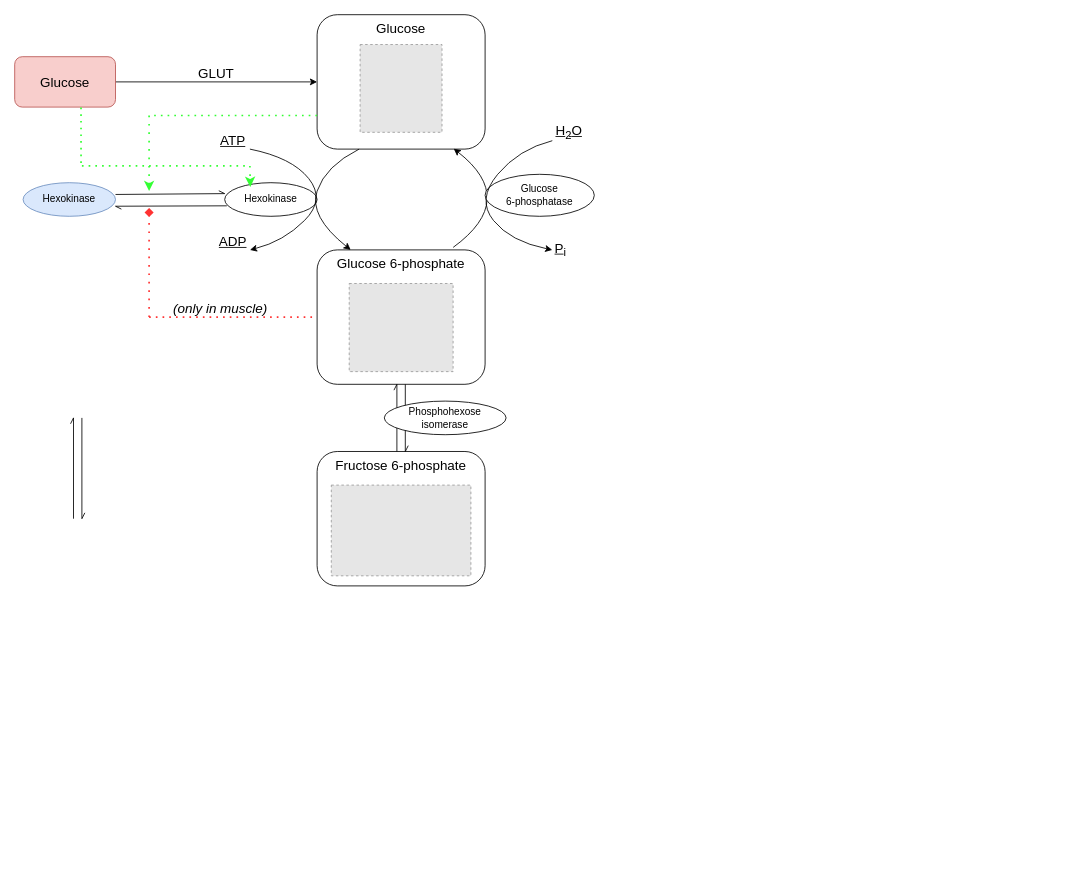
Before: Untitled Diagram.drawio in Youyanke/Biochemistry-Pathway, a draw.io diagram. Source tidied: cells renumbered, new cells numbered last; positions are measured from the earlier drawing's top-left corner, leaving out a move shared by most shapes. Both pictures are drawn from the tidied source at 84%, with x=0, y=0 at pixel (14, 14). Pictures stored in the file or linked from it are replaced by grey dashed boxes.
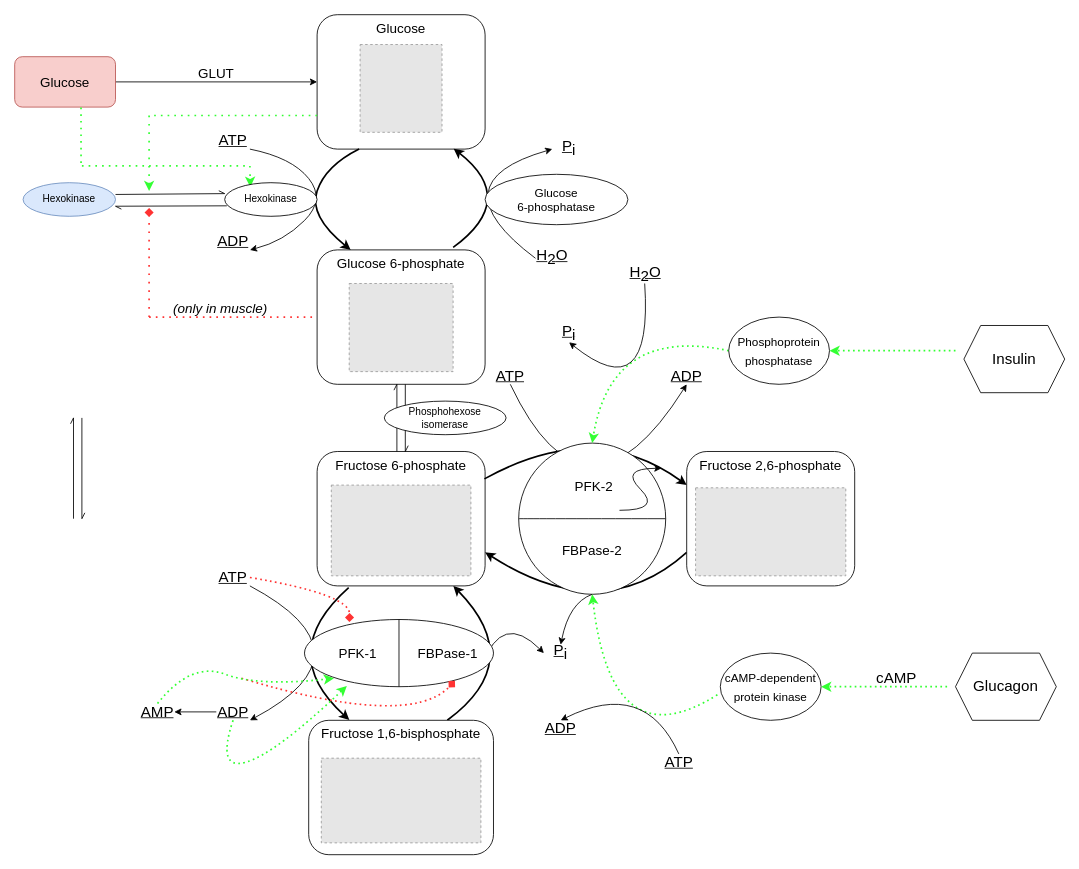
The same diagram, later.

Unchanged cells that the change refers to:
```xml
<mxCell id="2" value="Glucose" style="rounded=1;whiteSpace=wrap;html=1;verticalAlign=top;fontSize=16;" parent="1" vertex="1">
  <mxGeometry x="360" width="200" height="160" as="geometry" />
</mxCell>
<mxCell id="28" value="Fructose 6-phosphate" style="rounded=1;whiteSpace=wrap;html=1;verticalAlign=top;fontSize=16;" parent="1" vertex="1">
  <mxGeometry x="360" y="520" width="200" height="160" as="geometry" />
</mxCell>
```

What changed in the source:
```diff
@@
+    <mxCell id="41" style="curved=1;endArrow=classic;html=1;strokeColor=#000000;strokeWidth=1;fontSize=16;exitX=0.5;exitY=1;exitDx=0;exitDy=0;" parent="1" edge="1" source="65">
+      <mxGeometry x="820" y="480" as="geometry">
+        <mxPoint x="800" y="440" as="targetPoint" />
+        <Array as="points">
+          <mxPoint x="680" y="630" />
+        </Array>
+      </mxGeometry>
+    </mxCell>
+    <mxCell id="42" style="curved=1;endArrow=classic;html=1;strokeColor=#000000;strokeWidth=1;fontSize=16;" parent="1" edge="1">
+      <mxGeometry x="440" y="780" as="geometry">
+        <mxPoint x="280" y="680" as="sourcePoint" />
+        <mxPoint x="280" y="840" as="targetPoint" />
+        <Array as="points">
+          <mxPoint x="430" y="760" />
+        </Array>
+      </mxGeometry>
+    </mxCell>
+    <mxCell id="43" style="curved=1;endArrow=classic;html=1;strokeWidth=1;fontSize=18;exitX=0.94;exitY=0.681;exitDx=0;exitDy=0;exitPerimeter=0;entryX=0;entryY=0.5;entryDx=0;entryDy=0;" parent="1" edge="1" source="50" target="58">
+      <mxGeometry relative="1" as="geometry">
+        <Array as="points">
+          <mxPoint x="580" y="710" />
+        </Array>
+      </mxGeometry>
+    </mxCell>
@@
-    <mxCell id="3" value="Hexokinase" style="ellipse;whiteSpace=wrap;html=1;" parent="1" vertex="1">
-      <mxGeometry x="250" y="200" width="110" height="40" as="geometry" />
-    </mxCell>
@@
-    <mxCell id="5" style="curved=1;endArrow=classic;html=1;fontSize=16;exitX=0.25;exitY=1;exitDx=0;exitDy=0;" parent="1" edge="1" source="2">
+    <mxCell id="5" style="curved=1;endArrow=classic;html=1;fontSize=16;exitX=0.25;exitY=1;exitDx=0;exitDy=0;strokeWidth=2;" parent="1" edge="1" source="2">
       <mxGeometry relative="1" as="geometry">
         <mxPoint x="400" y="280" as="targetPoint" />
         <Array as="points">
           <mxPoint x="370" y="180" />
           <mxPoint x="350" y="240" />
         </Array>
       </mxGeometry>
     </mxCell>
-    <mxCell id="6" style="curved=1;endArrow=classic;html=1;fontSize=16;entryX=0.813;entryY=0.997;entryDx=0;entryDy=0;entryPerimeter=0;" parent="1" edge="1" target="2">
+    <mxCell id="6" style="curved=1;endArrow=classic;html=1;fontSize=16;entryX=0.813;entryY=0.997;entryDx=0;entryDy=0;entryPerimeter=0;strokeWidth=2;" parent="1" edge="1" target="2">
       <mxGeometry relative="1" as="geometry">
         <mxPoint x="522" y="277" as="sourcePoint" />
         <Array as="points">
           <mxPoint x="600" y="220" />
         </Array>
       </mxGeometry>
     </mxCell>
@@
-    <mxCell id="8" value="ATP" style="text;html=1;strokeColor=none;fillColor=none;align=center;verticalAlign=middle;whiteSpace=wrap;rounded=0;fontSize=16;fontStyle=4;" parent="1" vertex="1">
+    <mxCell id="8" value="&lt;font style=&quot;font-size: 18px;&quot;&gt;ATP&lt;/font&gt;" style="text;html=1;strokeColor=none;fillColor=none;align=center;verticalAlign=middle;whiteSpace=wrap;rounded=0;fontSize=18;fontStyle=4;" parent="1" vertex="1">
       <mxGeometry x="240" y="140" width="40" height="20" as="geometry" />
     </mxCell>
-    <mxCell id="9" value="ADP" style="text;html=1;strokeColor=none;fillColor=none;align=center;verticalAlign=middle;whiteSpace=wrap;rounded=0;fontSize=16;fontStyle=4;" parent="1" vertex="1">
+    <mxCell id="9" value="&lt;font style=&quot;font-size: 18px&quot;&gt;ADP&lt;/font&gt;" style="text;html=1;strokeColor=none;fillColor=none;align=center;verticalAlign=middle;whiteSpace=wrap;rounded=0;fontSize=16;fontStyle=4;" parent="1" vertex="1">
       <mxGeometry x="240" y="260" width="40" height="20" as="geometry" />
     </mxCell>
@@
-    <mxCell id="14" value="Glucose&lt;br&gt;6-phosphatase" style="ellipse;whiteSpace=wrap;html=1;" parent="1" vertex="1">
-      <mxGeometry x="560" y="190" width="130" height="50" as="geometry" />
-    </mxCell>
-    <mxCell id="15" style="curved=1;endArrow=classic;html=1;fontSize=16;" parent="1" edge="1">
+    <mxCell id="15" style="curved=1;endArrow=classic;html=1;fontSize=16;entryX=0;entryY=0.5;entryDx=0;entryDy=0;exitX=0;exitY=0.5;exitDx=0;exitDy=0;" parent="1" edge="1" source="16" target="17">
       <mxGeometry relative="1" as="geometry">
-        <mxPoint x="640" y="150" as="sourcePoint" />
-        <mxPoint x="640" y="280" as="targetPoint" />
         <Array as="points">
-          <mxPoint x="600" y="160" />
-          <mxPoint x="550" y="220" />
-          <mxPoint x="590" y="270" />
+          <mxPoint x="500" y="200" />
         </Array>
       </mxGeometry>
     </mxCell>
-    <mxCell id="16" value="H&lt;sub&gt;2&lt;/sub&gt;O" style="text;html=1;strokeColor=none;fillColor=none;align=center;verticalAlign=middle;whiteSpace=wrap;rounded=0;fontSize=16;fontStyle=4;" parent="1" vertex="1">
-      <mxGeometry x="640" y="130" width="40" height="20" as="geometry" />
+    <mxCell id="16" value="H&lt;sub style=&quot;font-size: 18px;&quot;&gt;2&lt;/sub&gt;O" style="text;html=1;strokeColor=none;fillColor=none;align=center;verticalAlign=middle;whiteSpace=wrap;rounded=0;fontSize=18;fontStyle=4;" parent="1" vertex="1">
+      <mxGeometry x="620" y="280" width="40" height="20" as="geometry" />
     </mxCell>
-    <mxCell id="17" value="P&lt;sub&gt;i&lt;/sub&gt;" style="text;html=1;strokeColor=none;fillColor=none;align=center;verticalAlign=middle;whiteSpace=wrap;rounded=0;fontSize=16;fontStyle=4;" parent="1" vertex="1">
-      <mxGeometry x="630" y="270" width="40" height="20" as="geometry" />
+    <mxCell id="17" value="P&lt;sub style=&quot;font-size: 18px;&quot;&gt;i&lt;/sub&gt;" style="text;html=1;strokeColor=none;fillColor=none;align=center;verticalAlign=middle;whiteSpace=wrap;rounded=0;fontSize=18;fontStyle=4;" parent="1" vertex="1">
+      <mxGeometry x="640" y="150" width="40" height="20" as="geometry" />
     </mxCell>
@@
+    <mxCell id="44" style="curved=1;endArrow=classic;html=1;fontSize=16;entryX=0.813;entryY=0.997;entryDx=0;entryDy=0;entryPerimeter=0;exitX=0.75;exitY=0;exitDx=0;exitDy=0;strokeWidth=2;" parent="1" edge="1" source="46">
+      <mxGeometry relative="1" as="geometry">
+        <mxPoint x="522.2" y="680" as="targetPoint" />
+        <Array as="points">
+          <mxPoint x="610" y="770" />
+        </Array>
+      </mxGeometry>
+    </mxCell>
+    <mxCell id="45" style="group;" parent="1" vertex="1">
+      <mxGeometry x="350" y="840" width="220" height="160" as="geometry" />
+    </mxCell>
+    <mxCell id="46" value="&lt;font style=&quot;font-size: 16px&quot;&gt;Fructose 1,6-bisphosphate&lt;/font&gt;" style="rounded=1;whiteSpace=wrap;html=1;verticalAlign=top;" parent="45" vertex="1">
+      <mxGeometry width="220" height="160" as="geometry" />
+    </mxCell>
+    <mxCell id="47" style="fillColor=#E6E6E6;strokeColor=#999999;dashed=1;verticalLabelPosition=bottom;verticalAlign=top;fontSize=16;" parent="45" vertex="1">
+      <mxGeometry x="15" y="45.1" width="190" height="100.8" as="geometry" />
+    </mxCell>
+    <mxCell id="48" style="curved=1;endArrow=classic;html=1;fontSize=16;entryX=0.22;entryY=-0.003;entryDx=0;entryDy=0;entryPerimeter=0;exitX=0.188;exitY=1.013;exitDx=0;exitDy=0;exitPerimeter=0;strokeWidth=2;" parent="1" edge="1" source="28" target="46">
+      <mxGeometry relative="1" as="geometry">
+        <Array as="points">
+          <mxPoint x="310" y="760" />
+        </Array>
+      </mxGeometry>
+    </mxCell>
+    <mxCell id="49" style="group;" parent="1" vertex="1">
+      <mxGeometry x="345" y="720" width="225" height="80" as="geometry" />
+    </mxCell>
+    <mxCell id="50" value="&amp;nbsp; &amp;nbsp; &amp;nbsp;PFK-1&amp;nbsp; &amp;nbsp; &amp;nbsp; &amp;nbsp; &amp;nbsp; &amp;nbsp;FBPase-1" style="ellipse;whiteSpace=wrap;html=1;fontSize=16;" parent="49" vertex="1">
+      <mxGeometry width="225" height="80" as="geometry" />
+    </mxCell>
+    <mxCell id="51" style="endArrow=none;html=1;strokeColor=#000000;strokeWidth=1;fontSize=16;entryX=0.5;entryY=0;entryDx=0;entryDy=0;exitX=0.5;exitY=1;exitDx=0;exitDy=0;" parent="49" edge="1" source="50" target="50">
+      <mxGeometry relative="1" as="geometry" />
+    </mxCell>
+    <mxCell id="52" style="edgeStyle=none;rounded=0;jettySize=auto;html=1;exitX=0;exitY=0.5;exitDx=0;exitDy=0;startArrow=none;startFill=0;endArrow=classic;endFill=1;strokeColor=#000000;strokeWidth=1;fontSize=18;" parent="1" edge="1" source="67">
+      <mxGeometry relative="1" as="geometry">
+        <mxPoint x="190" y="830" as="targetPoint" />
+      </mxGeometry>
+    </mxCell>
+    <mxCell id="53" style="edgeStyle=none;jettySize=auto;html=1;exitX=0.5;exitY=1;exitDx=0;exitDy=0;dashed=1;dashPattern=1 2;startArrow=none;startFill=0;endArrow=classic;endFill=1;strokeColor=#33FF33;strokeWidth=2;fontSize=18;curved=1;entryX=0.224;entryY=0.988;entryDx=0;entryDy=0;entryPerimeter=0;" parent="1" edge="1" source="67" target="50">
+      <mxGeometry relative="1" as="geometry">
+        <Array as="points">
+          <mxPoint x="240" y="900" />
+          <mxPoint x="310" y="880" />
+        </Array>
+      </mxGeometry>
+    </mxCell>
+    <mxCell id="54" value="&lt;font style=&quot;font-size: 18px&quot;&gt;AMP&lt;/font&gt;" style="text;html=1;strokeColor=none;fillColor=none;align=center;verticalAlign=middle;whiteSpace=wrap;rounded=0;fontSize=16;fontStyle=4;" parent="1" vertex="1">
+      <mxGeometry x="150" y="820" width="40" height="20" as="geometry" />
+    </mxCell>
+    <mxCell id="55" style="curved=1;endArrow=diamond;html=1;strokeWidth=2;fontSize=18;exitX=1;exitY=0.5;exitDx=0;exitDy=0;entryX=0.238;entryY=0.038;entryDx=0;entryDy=0;entryPerimeter=0;strokeColor=#FF3333;dashed=1;dashPattern=1 2;endFill=1;" parent="1" edge="1" source="66" target="50">
+      <mxGeometry relative="1" as="geometry">
+        <Array as="points">
+          <mxPoint x="399" y="690" />
+        </Array>
+      </mxGeometry>
+    </mxCell>
+    <mxCell id="56" style="endArrow=diamond;html=1;dashed=1;dashPattern=1 2;strokeColor=#FF3333;strokeWidth=2;fontSize=18;curved=1;entryX=0.796;entryY=0.913;entryDx=0;entryDy=0;entryPerimeter=0;endFill=1;" parent="1" edge="1" target="50">
+      <mxGeometry relative="1" as="geometry">
+        <mxPoint x="270" y="790" as="sourcePoint" />
+        <Array as="points">
+          <mxPoint x="470" y="850" />
+        </Array>
+      </mxGeometry>
+    </mxCell>
+    <mxCell id="57" style="edgeStyle=none;jettySize=auto;html=1;exitX=0.5;exitY=0;exitDx=0;exitDy=0;dashed=1;dashPattern=1 2;startArrow=none;startFill=0;endArrow=classic;endFill=1;strokeColor=#33FF33;strokeWidth=2;fontSize=18;curved=1;" parent="1" edge="1" source="54">
+      <mxGeometry relative="1" as="geometry">
+        <mxPoint x="380" y="790" as="targetPoint" />
+        <Array as="points">
+          <mxPoint x="210" y="770" />
+          <mxPoint x="290" y="800" />
+        </Array>
+      </mxGeometry>
+    </mxCell>
+    <mxCell id="58" value="P&lt;sub style=&quot;font-size: 18px;&quot;&gt;i&lt;/sub&gt;" style="text;html=1;strokeColor=none;fillColor=none;align=center;verticalAlign=middle;whiteSpace=wrap;rounded=0;fontSize=18;fontStyle=4;" parent="1" vertex="1">
+      <mxGeometry x="630" y="750" width="40" height="20" as="geometry" />
+    </mxCell>
+    <mxCell id="59" style="curved=1;endArrow=classic;html=1;fontSize=16;exitX=0.188;exitY=1.013;exitDx=0;exitDy=0;exitPerimeter=0;strokeWidth=2;entryX=0;entryY=0.25;entryDx=0;entryDy=0;" parent="1" edge="1" target="61">
+      <mxGeometry relative="1" as="geometry">
+        <mxPoint x="559.2" y="552.6" as="sourcePoint" />
+        <Array as="points">
+          <mxPoint x="690" y="480" />
+        </Array>
+      </mxGeometry>
+    </mxCell>
+    <mxCell id="60" style="curved=1;endArrow=classic;html=1;fontSize=16;strokeWidth=2;" parent="1" edge="1">
+      <mxGeometry relative="1" as="geometry">
+        <mxPoint x="800" y="640" as="sourcePoint" />
+        <mxPoint x="560" y="640" as="targetPoint" />
+        <Array as="points">
+          <mxPoint x="700" y="730" />
+        </Array>
+      </mxGeometry>
+    </mxCell>
+    <mxCell id="61" value="Fructose 2,6-phosphate" style="rounded=1;whiteSpace=wrap;html=1;verticalAlign=top;fontSize=16;" parent="1" vertex="1">
+      <mxGeometry x="800" y="520" width="200" height="160" as="geometry" />
+    </mxCell>
+    <mxCell id="62" style="group;" parent="1" vertex="1">
+      <mxGeometry x="600" y="520" width="175" height="170" as="geometry" />
+    </mxCell>
+    <mxCell id="63" value="&amp;nbsp;PFK-2&lt;br&gt;&lt;br&gt;&lt;br&gt;&lt;br&gt;FBPase-2" style="ellipse;whiteSpace=wrap;html=1;fontSize=16;" parent="62" vertex="1">
+      <mxGeometry y="-10" width="175" height="180" as="geometry" />
+    </mxCell>
+    <mxCell id="64" style="edgeStyle=none;curved=1;orthogonalLoop=1;jettySize=auto;html=1;exitX=0;exitY=0.5;exitDx=0;exitDy=0;entryX=1;entryY=0.5;entryDx=0;entryDy=0;startArrow=none;startFill=0;endArrow=none;endFill=0;strokeColor=#000000;strokeWidth=1;fontSize=18;" parent="62" edge="1" source="63" target="63">
+      <mxGeometry relative="1" as="geometry" />
+    </mxCell>
+    <mxCell id="65" value="ATP" style="text;html=1;strokeColor=none;fillColor=none;align=center;verticalAlign=middle;whiteSpace=wrap;rounded=0;fontSize=18;fontStyle=4;" parent="1" vertex="1">
+      <mxGeometry x="570" y="420" width="40" height="20" as="geometry" />
+    </mxCell>
+    <mxCell id="66" value="ATP" style="text;html=1;strokeColor=none;fillColor=none;align=center;verticalAlign=middle;whiteSpace=wrap;rounded=0;fontSize=18;fontStyle=4;" parent="1" vertex="1">
+      <mxGeometry x="240" y="660" width="40" height="20" as="geometry" />
+    </mxCell>
+    <mxCell id="67" value="&lt;font style=&quot;font-size: 18px&quot;&gt;ADP&lt;/font&gt;" style="text;html=1;strokeColor=none;fillColor=none;align=center;verticalAlign=middle;whiteSpace=wrap;rounded=0;fontSize=16;fontStyle=4;" parent="1" vertex="1">
+      <mxGeometry x="240" y="820" width="40" height="20" as="geometry" />
+    </mxCell>
+    <mxCell id="68" value="ADP" style="text;html=1;strokeColor=none;fillColor=none;align=center;verticalAlign=middle;whiteSpace=wrap;rounded=0;fontSize=18;fontStyle=4;" parent="1" vertex="1">
+      <mxGeometry x="780" y="420" width="40" height="20" as="geometry" />
+    </mxCell>
+    <mxCell id="69" style="fillColor=#E6E6E6;strokeColor=#999999;dashed=1;verticalLabelPosition=bottom;verticalAlign=top;fontSize=18;" parent="1" vertex="1">
+      <mxGeometry x="810.6" y="563.2" width="178.8" height="104.8" as="geometry" />
+    </mxCell>
+    <mxCell id="14" value="&lt;font style=&quot;font-size: 14px&quot;&gt;Glucose&lt;br&gt;6-phosphatase&lt;/font&gt;" style="ellipse;whiteSpace=wrap;html=1;" parent="1" vertex="1">
+      <mxGeometry x="560" y="190" width="170" height="60" as="geometry" />
+    </mxCell>
+    <mxCell id="3" value="Hexokinase" style="ellipse;whiteSpace=wrap;html=1;" parent="1" vertex="1">
+      <mxGeometry x="250" y="200" width="110" height="40" as="geometry" />
+    </mxCell>
+    <mxCell id="70" style="curved=1;endArrow=classic;html=1;strokeColor=#000000;strokeWidth=1;fontSize=18;exitX=0.5;exitY=1;exitDx=0;exitDy=0;entryX=0.5;entryY=0;entryDx=0;entryDy=0;" parent="1" edge="1" source="63" target="58">
+      <mxGeometry relative="1" as="geometry">
+        <Array as="points">
+          <mxPoint x="660" y="700" />
+        </Array>
+      </mxGeometry>
+    </mxCell>
+    <mxCell id="71" style="edgeStyle=none;curved=1;jettySize=auto;html=1;exitX=0;exitY=0.5;exitDx=0;exitDy=0;entryX=0.5;entryY=0;entryDx=0;entryDy=0;startArrow=none;startFill=0;endArrow=classic;endFill=1;strokeWidth=2;fontSize=18;dashed=1;dashPattern=1 2;strokeColor=#33FF33;" parent="1" edge="1" source="72" target="63">
+      <mxGeometry relative="1" as="geometry">
+        <Array as="points">
+          <mxPoint x="710" y="370" />
+        </Array>
+      </mxGeometry>
+    </mxCell>
+    <mxCell id="72" value="&lt;font style=&quot;font-size: 14px&quot;&gt;Phosphoprotein phosphatase&lt;/font&gt;" style="ellipse;whiteSpace=wrap;html=1;fontSize=18;" parent="1" vertex="1">
+      <mxGeometry x="850" y="360" width="120" height="80" as="geometry" />
+    </mxCell>
+    <mxCell id="73" value="&lt;font style=&quot;font-size: 14px&quot;&gt;cAMP-dependent&lt;br&gt;protein kinase&lt;br&gt;&lt;/font&gt;" style="ellipse;whiteSpace=wrap;html=1;fontSize=18;" parent="1" vertex="1">
+      <mxGeometry x="840" y="760" width="120" height="80" as="geometry" />
+    </mxCell>
+    <mxCell id="74" style="curved=1;endArrow=classic;html=1;strokeWidth=2;fontSize=18;exitX=-0.029;exitY=0.619;exitDx=0;exitDy=0;exitPerimeter=0;entryX=0.5;entryY=1;entryDx=0;entryDy=0;strokeColor=#33FF33;dashed=1;dashPattern=1 2;" parent="1" edge="1" source="73" target="63">
+      <mxGeometry relative="1" as="geometry">
+        <Array as="points">
+          <mxPoint x="710" y="890" />
+        </Array>
+      </mxGeometry>
+    </mxCell>
+    <mxCell id="75" style="endArrow=classic;html=1;strokeWidth=1;fontSize=18;curved=1;exitX=0.5;exitY=0;exitDx=0;exitDy=0;entryX=0.5;entryY=0;entryDx=0;entryDy=0;" parent="1" edge="1" source="76" target="77">
+      <mxGeometry relative="1" as="geometry">
+        <Array as="points">
+          <mxPoint x="750" y="790" />
+        </Array>
+      </mxGeometry>
+    </mxCell>
+    <mxCell id="76" value="ATP" style="text;html=1;strokeColor=none;fillColor=none;align=center;verticalAlign=middle;whiteSpace=wrap;rounded=0;fontSize=18;fontStyle=4;" parent="1" vertex="1">
+      <mxGeometry x="770.6" y="880" width="40" height="20" as="geometry" />
+    </mxCell>
+    <mxCell id="77" value="&lt;font style=&quot;font-size: 18px&quot;&gt;ADP&lt;/font&gt;" style="text;html=1;strokeColor=none;fillColor=none;align=center;verticalAlign=middle;whiteSpace=wrap;rounded=0;fontSize=16;fontStyle=4;" parent="1" vertex="1">
+      <mxGeometry x="630" y="840" width="40" height="20" as="geometry" />
+    </mxCell>
+    <mxCell id="78" style="curved=1;endArrow=classic;html=1;strokeColor=#000000;strokeWidth=1;fontSize=18;" parent="1" edge="1">
+      <mxGeometry relative="1" as="geometry">
+        <mxPoint x="720" y="590" as="sourcePoint" />
+        <mxPoint x="770" y="540" as="targetPoint" />
+        <Array as="points">
+          <mxPoint x="770" y="590" />
+          <mxPoint x="720" y="540" />
+        </Array>
+      </mxGeometry>
+    </mxCell>
+    <mxCell id="79" style="endArrow=classic;html=1;strokeWidth=1;fontSize=18;curved=1;" parent="1" edge="1">
+      <mxGeometry relative="1" as="geometry">
+        <mxPoint x="750" y="320" as="sourcePoint" />
+        <mxPoint x="660" y="390" as="targetPoint" />
+        <Array as="points">
+          <mxPoint x="760" y="470" />
+        </Array>
+      </mxGeometry>
+    </mxCell>
+    <mxCell id="80" style="edgeStyle=none;curved=1;orthogonalLoop=1;jettySize=auto;html=1;exitX=0.5;exitY=1;exitDx=0;exitDy=0;dashed=1;dashPattern=1 2;startArrow=none;startFill=0;endArrow=classic;endFill=1;strokeColor=#33FF33;strokeWidth=2;fontSize=18;" parent="1" edge="1" source="17" target="17">
+      <mxGeometry relative="1" as="geometry" />
+    </mxCell>
+    <mxCell id="81" value="P&lt;sub style=&quot;font-size: 18px;&quot;&gt;i&lt;/sub&gt;" style="text;html=1;strokeColor=none;fillColor=none;align=center;verticalAlign=middle;whiteSpace=wrap;rounded=0;fontSize=18;fontStyle=4;" parent="1" vertex="1">
+      <mxGeometry x="640" y="370" width="40" height="20" as="geometry" />
+    </mxCell>
+    <mxCell id="82" value="H&lt;sub style=&quot;font-size: 18px;&quot;&gt;2&lt;/sub&gt;O" style="text;html=1;strokeColor=none;fillColor=none;align=center;verticalAlign=middle;whiteSpace=wrap;rounded=0;fontSize=18;fontStyle=4;" parent="1" vertex="1">
+      <mxGeometry x="730.6" y="300" width="40" height="20" as="geometry" />
+    </mxCell>
+    <mxCell id="83" style="endArrow=classic;html=1;dashed=1;dashPattern=1 2;strokeColor=#33FF33;strokeWidth=2;fontSize=18;entryX=1;entryY=0.5;entryDx=0;entryDy=0;" parent="1" edge="1" target="72">
+      <mxGeometry relative="1" as="geometry">
+        <mxPoint x="1120" y="400" as="sourcePoint" />
+      </mxGeometry>
+    </mxCell>
+    <mxCell id="84" value="Glucagon" style="shape=hexagon;perimeter=hexagonPerimeter2;whiteSpace=wrap;html=1;fixedSize=1;fontSize=18;" parent="1" vertex="1">
+      <mxGeometry x="1120" y="760" width="120" height="80" as="geometry" />
+    </mxCell>
+    <mxCell id="85" value="Insulin" style="shape=hexagon;perimeter=hexagonPerimeter2;whiteSpace=wrap;html=1;fixedSize=1;fontSize=18;" parent="1" vertex="1">
+      <mxGeometry x="1130" y="370" width="120" height="80" as="geometry" />
+    </mxCell>
+    <mxCell id="86" style="endArrow=classic;html=1;dashed=1;dashPattern=1 2;strokeColor=#33FF33;strokeWidth=2;fontSize=18;entryX=1;entryY=0.5;entryDx=0;entryDy=0;" parent="1" edge="1">
+      <mxGeometry relative="1" as="geometry">
+        <mxPoint x="1110" y="800" as="sourcePoint" />
+        <mxPoint x="960" y="800" as="targetPoint" />
+      </mxGeometry>
+    </mxCell>
+    <mxCell id="87" value="cAMP" style="text;html=1;strokeColor=none;fillColor=none;align=center;verticalAlign=middle;whiteSpace=wrap;rounded=0;fontSize=18;" parent="1" vertex="1">
+      <mxGeometry x="1030" y="780" width="40" height="20" as="geometry" />
+    </mxCell>
```
